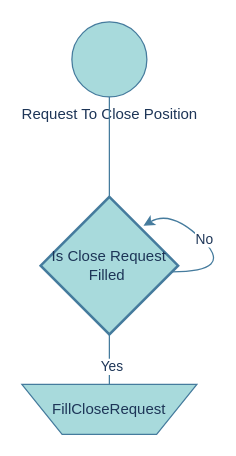
Before: hedger_docs/drawio/CloseLimit.drawio in SYMM-IO/docs, a draw.io diagram. Source tidied: cells renumbered, new cells numbered last; positions are measured from the earlier drawing's top-left corner, leaving out a move shared by most shapes. Both pictures are drawn from the tidied source at 125%, with x=0, y=0 at pixel (21, 21).
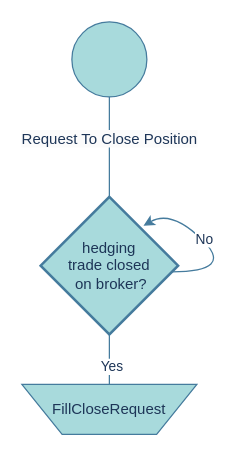
Above is the later version.

The edit, as a diff of the source:
```diff
@@
 <mxGraphModel>
   <root>
     <mxCell id="0" />
     <mxCell id="1" parent="0" />
-    <mxCell id="2" value="Request To Close Position" style="verticalLabelPosition=bottom;verticalAlign=top;html=1;shape=mxgraph.flowchart.on-page_reference;labelBackgroundColor=none;fillColor=#A8DADC;strokeColor=#457B9D;fontColor=#1D3557;" parent="1" vertex="1">
+    <mxCell id="2" style="verticalLabelPosition=bottom;verticalAlign=top;html=1;shape=mxgraph.flowchart.on-page_reference;labelBackgroundColor=none;fillColor=#A8DADC;strokeColor=#457B9D;fontColor=#1D3557;" parent="1" vertex="1">
       <mxGeometry x="40" width="60" height="60" as="geometry" />
     </mxCell>
-    <mxCell id="3" style="endArrow=none;html=1;rounded=0;exitX=0.5;exitY=0;exitDx=0;exitDy=0;exitPerimeter=0;labelBackgroundColor=none;strokeColor=#457B9D;fontColor=default;" parent="1" edge="1">
+    <mxCell id="3" value="&#10;&lt;span style=&quot;color: rgb(29, 53, 87); font-family: Helvetica; font-size: 12px; font-style: normal; font-variant-ligatures: normal; font-variant-caps: normal; font-weight: 400; letter-spacing: normal; orphans: 2; text-align: center; text-indent: 0px; text-transform: none; widows: 2; word-spacing: 0px; -webkit-text-stroke-width: 0px; background-color: rgb(251, 251, 251); text-decoration-thickness: initial; text-decoration-style: initial; text-decoration-color: initial; float: none; display: inline !important;&quot;&gt;Request To Close Position&lt;/span&gt;&#10;&#10;" style="endArrow=none;html=1;rounded=0;exitX=0.5;exitY=0;exitDx=0;exitDy=0;exitPerimeter=0;labelBackgroundColor=none;strokeColor=#457B9D;fontColor=default;" parent="1" edge="1">
       <mxGeometry relative="1" as="geometry">
         <mxPoint x="70" y="140" as="sourcePoint" />
         <mxPoint x="70" y="60" as="targetPoint" />
       </mxGeometry>
     </mxCell>
-    <mxCell id="4" value="Is Close Request Filled&amp;nbsp;" style="strokeWidth=2;html=1;shape=mxgraph.flowchart.decision;whiteSpace=wrap;fillColor=#A8DADC;strokeColor=#457B9D;labelBackgroundColor=none;fontColor=#1D3557;" parent="1" vertex="1">
+    <mxCell id="4" value="hedging &lt;br&gt;trade closed&lt;br&gt;&amp;nbsp;on broker?" style="strokeWidth=2;html=1;shape=mxgraph.flowchart.decision;whiteSpace=wrap;fillColor=#A8DADC;strokeColor=#457B9D;labelBackgroundColor=none;fontColor=#1D3557;" parent="1" vertex="1">
       <mxGeometry x="15" y="140" width="110" height="110" as="geometry" />
     </mxCell>
     <mxCell id="5" style="curved=1;endArrow=classic;html=1;rounded=0;strokeColor=#457B9D;fontColor=#1D3557;fillColor=#A8DADC;entryX=0.748;entryY=0.21;entryDx=0;entryDy=0;entryPerimeter=0;" parent="1" edge="1" target="4">
       <mxGeometry relative="1" as="geometry">
         <mxPoint x="120" y="200" as="sourcePoint" />
         <Array as="points">
           <mxPoint x="170" y="200" />
           <mxPoint x="120" y="150" />
         </Array>
       </mxGeometry>
     </mxCell>
     <mxCell id="6" value="No" style="edgeLabel;html=1;align=center;verticalAlign=middle;fontColor=#1D3557;" parent="5" vertex="1">
       <mxGeometry x="0.17" y="-1" relative="1" as="geometry" />
     </mxCell>
     <mxCell id="7" style="endArrow=none;html=1;rounded=0;labelBackgroundColor=none;strokeColor=#457B9D;fontColor=default;" parent="1" edge="1">
       <mxGeometry relative="1" as="geometry">
         <mxPoint x="70" y="250" as="sourcePoint" />
         <mxPoint x="70" y="290" as="targetPoint" />
       </mxGeometry>
     </mxCell>
     <mxCell id="8" value="Yes" style="edgeLabel;html=1;align=center;verticalAlign=middle;fontColor=#1D3557;" parent="7" vertex="1">
       <mxGeometry x="0.24" y="1" relative="1" as="geometry" />
     </mxCell>
     <mxCell id="9" value="FillCloseRequest" style="verticalLabelPosition=middle;verticalAlign=middle;html=1;shape=trapezoid;perimeter=trapezoidPerimeter;whiteSpace=wrap;size=0.23;arcSize=10;flipV=1;labelPosition=center;align=center;strokeColor=#457B9D;fontColor=#1D3557;fillColor=#A8DADC;" parent="1" vertex="1">
       <mxGeometry y="290" width="140" height="40" as="geometry" />
     </mxCell>
   </root>
 </mxGraphModel>
```
